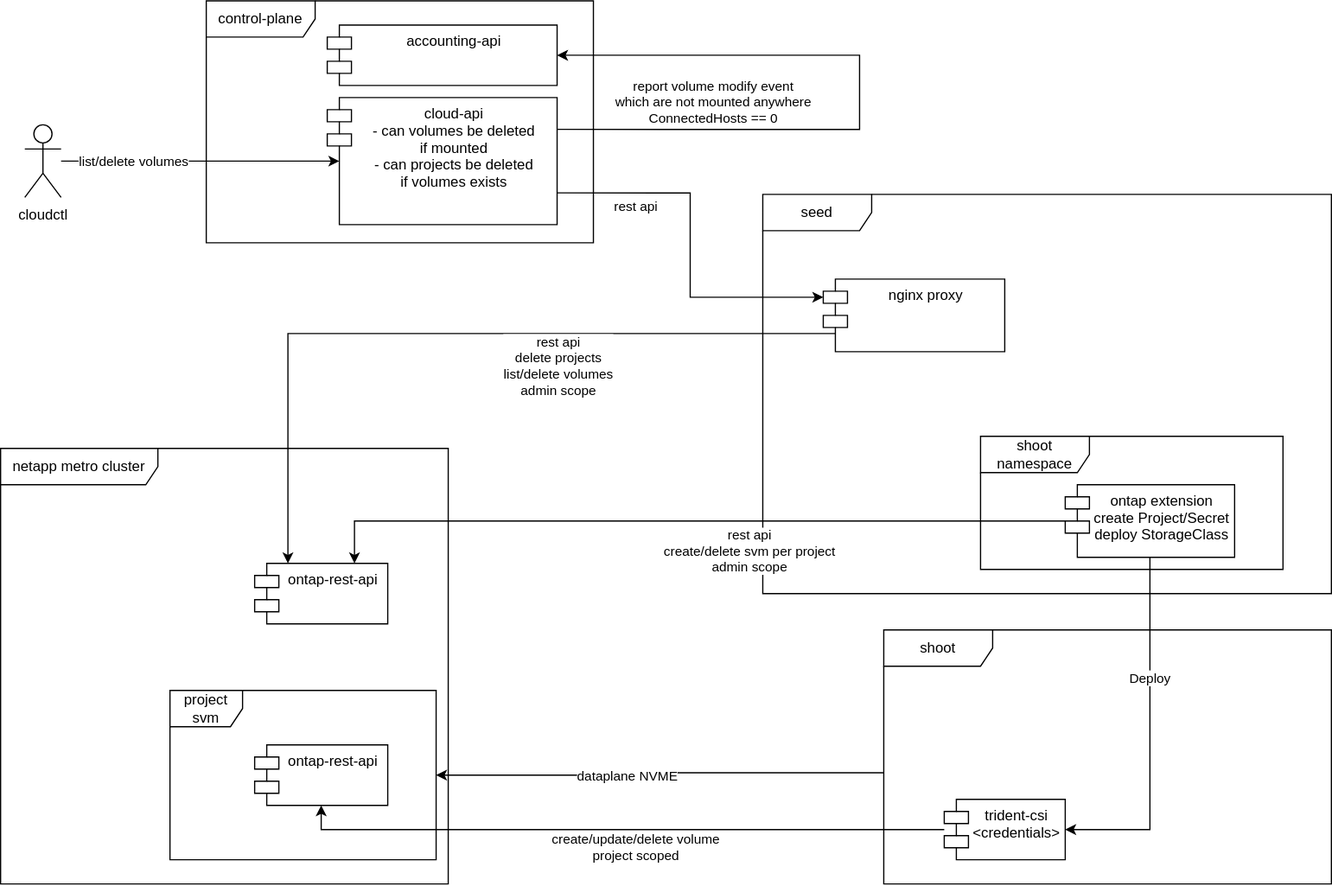
Above: architecture.drawio.svg in metal-stack/gardener-extension-ontap (draw.io), before the change. Source tidied: cells renumbered, new cells last; positions are measured from the earlier drawing's top-left corner, leaving out a move shared by most shapes. Source of this version:
```xml
<mxGraphModel>
  <root>
    <mxCell id="0" />
    <mxCell id="1" parent="0" />
    <mxCell id="2" value="shoot namespace" style="shape=umlFrame;whiteSpace=wrap;html=1;width=90;height=30;" parent="1" vertex="1">
      <mxGeometry x="810" y="360" width="250" height="110" as="geometry" />
    </mxCell>
    <mxCell id="3" value="control-plane" style="shape=umlFrame;whiteSpace=wrap;html=1;width=90;height=30;" parent="1" vertex="1">
      <mxGeometry x="170" width="320" height="200" as="geometry" />
    </mxCell>
    <mxCell id="4" value="seed" style="shape=umlFrame;whiteSpace=wrap;html=1;width=90;height=30;" parent="1" vertex="1">
      <mxGeometry x="630" y="160" width="470" height="330" as="geometry" />
    </mxCell>
    <mxCell id="5" style="edgeStyle=orthogonalEdgeStyle;rounded=0;jettySize=auto;html=1;entryX=0;entryY=0;entryDx=0;entryDy=15;entryPerimeter=0;exitX=1;exitY=0.75;exitDx=0;exitDy=0;" parent="1" edge="1" source="7" target="27">
      <mxGeometry relative="1" as="geometry" />
    </mxCell>
    <mxCell id="6" value="rest api" style="edgeLabel;html=1;align=center;verticalAlign=middle;" parent="5" vertex="1">
      <mxGeometry x="-0.44" y="-2" relative="1" as="geometry">
        <mxPoint x="-20" y="9.2" as="offset" />
      </mxGeometry>
    </mxCell>
    <mxCell id="7" value="cloud-api&#10;- can volumes be deleted &#10;if mounted&#10;- can projects be deleted &#10;if volumes exists" style="shape=module;align=left;spacingLeft=20;align=center;verticalAlign=top;" parent="1" vertex="1">
      <mxGeometry x="270" y="80" width="190" height="105" as="geometry" />
    </mxCell>
    <mxCell id="8" value="accounting-api" style="shape=module;align=left;spacingLeft=20;align=center;verticalAlign=top;" parent="1" vertex="1">
      <mxGeometry x="270" y="20" width="190" height="50" as="geometry" />
    </mxCell>
    <mxCell id="9" style="edgeStyle=orthogonalEdgeStyle;rounded=0;jettySize=auto;html=1;entryX=0;entryY=0.5;entryDx=10;entryDy=0;entryPerimeter=0;" parent="1" edge="1" source="11" target="7">
      <mxGeometry relative="1" as="geometry" />
    </mxCell>
    <mxCell id="10" value="list/delete volumes" style="edgeLabel;html=1;align=center;verticalAlign=middle;" parent="9" vertex="1">
      <mxGeometry x="-0.6" y="1" relative="1" as="geometry">
        <mxPoint x="14" y="1" as="offset" />
      </mxGeometry>
    </mxCell>
    <mxCell id="11" value="cloudctl" style="shape=umlActor;verticalLabelPosition=bottom;verticalAlign=top;html=1;" parent="1" vertex="1">
      <mxGeometry x="20" y="102.5" width="30" height="60" as="geometry" />
    </mxCell>
    <mxCell id="12" value="netapp metro cluster" style="shape=umlFrame;whiteSpace=wrap;html=1;width=130;height=30;" parent="1" vertex="1">
      <mxGeometry y="370" width="370" height="360" as="geometry" />
    </mxCell>
    <mxCell id="13" style="edgeStyle=orthogonalEdgeStyle;rounded=0;jettySize=auto;html=1;entryX=0.75;entryY=0;entryDx=0;entryDy=0;" parent="1" edge="1" source="17" target="29">
      <mxGeometry relative="1" as="geometry" />
    </mxCell>
    <mxCell id="14" value="rest api&lt;br&gt;create/delete svm per project&amp;nbsp;&lt;br&gt;admin scope" style="edgeLabel;html=1;align=center;verticalAlign=middle;" parent="13" vertex="1">
      <mxGeometry x="-0.23" y="3" relative="1" as="geometry">
        <mxPoint x="-23" y="22" as="offset" />
      </mxGeometry>
    </mxCell>
    <mxCell id="15" style="edgeStyle=orthogonalEdgeStyle;rounded=0;jettySize=auto;html=1;entryX=1;entryY=0.5;entryDx=0;entryDy=0;" parent="1" edge="1" source="17" target="23">
      <mxGeometry relative="1" as="geometry" />
    </mxCell>
    <mxCell id="16" value="Deploy" style="edgeLabel;html=1;align=center;verticalAlign=middle;" parent="15" vertex="1">
      <mxGeometry x="-0.65" y="-1" relative="1" as="geometry">
        <mxPoint x="1" y="49" as="offset" />
      </mxGeometry>
    </mxCell>
    <mxCell id="17" value="ontap extension&#10;create Project/Secret&#10;deploy StorageClass" style="shape=module;align=left;spacingLeft=20;align=center;verticalAlign=top;" parent="1" vertex="1">
      <mxGeometry x="880" y="400" width="140" height="60" as="geometry" />
    </mxCell>
    <mxCell id="18" style="edgeStyle=orthogonalEdgeStyle;rounded=0;jettySize=auto;html=1;exitX=0.001;exitY=0.562;exitDx=0;exitDy=0;exitPerimeter=0;" parent="1" edge="1" source="20" target="30">
      <mxGeometry relative="1" as="geometry" />
    </mxCell>
    <mxCell id="19" value="dataplane NVME" style="edgeLabel;html=1;align=center;verticalAlign=middle;" parent="18" vertex="1">
      <mxGeometry x="0.15" y="1" relative="1" as="geometry" />
    </mxCell>
    <mxCell id="20" value="shoot" style="shape=umlFrame;whiteSpace=wrap;html=1;width=90;height=30;" parent="1" vertex="1">
      <mxGeometry x="730" y="520" width="370" height="210" as="geometry" />
    </mxCell>
    <mxCell id="21" style="edgeStyle=orthogonalEdgeStyle;rounded=0;jettySize=auto;html=1;entryX=0.5;entryY=1;entryDx=0;entryDy=0;" parent="1" edge="1" source="23" target="31">
      <mxGeometry relative="1" as="geometry" />
    </mxCell>
    <mxCell id="22" value="create/update/delete volume&lt;br&gt;project scoped" style="edgeLabel;html=1;align=center;verticalAlign=middle;" parent="21" vertex="1">
      <mxGeometry x="0.4" y="2" relative="1" as="geometry">
        <mxPoint x="119" y="13" as="offset" />
      </mxGeometry>
    </mxCell>
    <mxCell id="23" value="trident-csi&#10;&lt;credentials&gt;" style="shape=module;align=left;spacingLeft=20;align=center;verticalAlign=top;" parent="1" vertex="1">
      <mxGeometry x="780" y="660" width="100" height="50" as="geometry" />
    </mxCell>
    <mxCell id="24" style="edgeStyle=orthogonalEdgeStyle;rounded=0;jettySize=auto;html=1;exitX=0;exitY=0.75;exitDx=10;exitDy=0;exitPerimeter=0;entryX=0.25;entryY=0;entryDx=0;entryDy=0;" parent="1" edge="1" source="27" target="29">
      <mxGeometry relative="1" as="geometry" />
    </mxCell>
    <mxCell id="25" style="edgeStyle=orthogonalEdgeStyle;rounded=0;jettySize=auto;html=1;entryX=1;entryY=0.5;entryDx=0;entryDy=0;exitX=1;exitY=0.25;exitDx=0;exitDy=0;" parent="1" edge="1" source="7" target="8">
      <mxGeometry relative="1" as="geometry">
        <Array as="points">
          <mxPoint x="710" y="106" />
          <mxPoint x="710" y="45" />
        </Array>
      </mxGeometry>
    </mxCell>
    <mxCell id="26" value="report volume modify event &lt;br&gt;which are not mounted anywhere&amp;nbsp;&lt;br&gt;ConnectedHosts == 0" style="edgeLabel;html=1;align=center;verticalAlign=middle;" parent="25" vertex="1">
      <mxGeometry x="-0.41" y="84" relative="1" as="geometry">
        <mxPoint x="-36" y="61.5" as="offset" />
      </mxGeometry>
    </mxCell>
    <mxCell id="27" value="nginx proxy&#10;" style="shape=module;align=left;spacingLeft=20;align=center;verticalAlign=top;" parent="1" vertex="1">
      <mxGeometry x="680" y="230" width="150" height="60" as="geometry" />
    </mxCell>
    <mxCell id="28" value="rest api&lt;br&gt;delete projects&lt;br&gt;list/delete volumes&lt;br&gt;admin scope" style="edgeLabel;html=1;align=center;verticalAlign=middle;rotation=0;" parent="1" vertex="1">
      <mxGeometry x="450" y="300" as="geometry">
        <mxPoint x="11" y="2" as="offset" />
      </mxGeometry>
    </mxCell>
    <mxCell id="29" value="ontap-rest-api" style="shape=module;align=left;spacingLeft=20;align=center;verticalAlign=top;" parent="1" vertex="1">
      <mxGeometry x="210" y="465" width="110" height="50" as="geometry" />
    </mxCell>
    <mxCell id="30" value="project&lt;br&gt;svm" style="shape=umlFrame;whiteSpace=wrap;html=1;" parent="1" vertex="1">
      <mxGeometry x="140" y="570" width="220" height="140" as="geometry" />
    </mxCell>
    <mxCell id="31" value="ontap-rest-api" style="shape=module;align=left;spacingLeft=20;align=center;verticalAlign=top;" parent="1" vertex="1">
      <mxGeometry x="210" y="615" width="110" height="50" as="geometry" />
    </mxCell>
  </root>
</mxGraphModel>
```
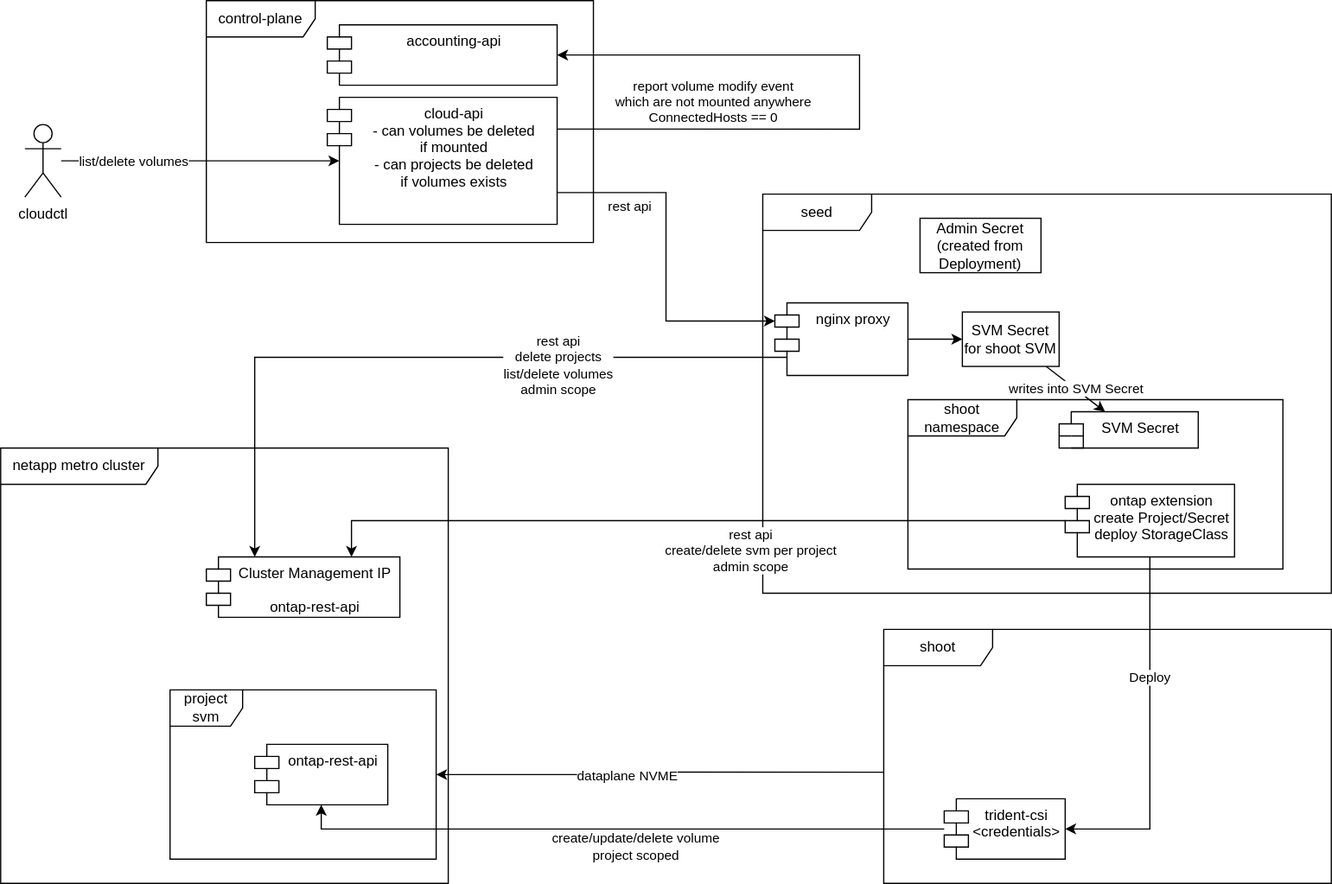
The same file after the commit.

Change to the diagram source:
```diff
@@ -2,15 +2,15 @@
   <root>
     <mxCell id="0" />
     <mxCell id="1" parent="0" />
+    <mxCell id="4" value="seed" style="shape=umlFrame;whiteSpace=wrap;html=1;width=90;height=30;" parent="1" vertex="1">
+      <mxGeometry x="630" y="160" width="470" height="330" as="geometry" />
+    </mxCell>
     <mxCell id="2" value="shoot namespace" style="shape=umlFrame;whiteSpace=wrap;html=1;width=90;height=30;" parent="1" vertex="1">
-      <mxGeometry x="810" y="360" width="250" height="110" as="geometry" />
+      <mxGeometry x="750" y="330" width="310" height="140" as="geometry" />
     </mxCell>
     <mxCell id="3" value="control-plane" style="shape=umlFrame;whiteSpace=wrap;html=1;width=90;height=30;" parent="1" vertex="1">
       <mxGeometry x="170" width="320" height="200" as="geometry" />
     </mxCell>
-    <mxCell id="4" value="seed" style="shape=umlFrame;whiteSpace=wrap;html=1;width=90;height=30;" parent="1" vertex="1">
-      <mxGeometry x="630" y="160" width="470" height="330" as="geometry" />
-    </mxCell>
     <mxCell id="5" style="edgeStyle=orthogonalEdgeStyle;rounded=0;jettySize=auto;html=1;entryX=0;entryY=0;entryDx=0;entryDy=15;entryPerimeter=0;exitX=1;exitY=0.75;exitDx=0;exitDy=0;" parent="1" edge="1" source="7" target="27">
       <mxGeometry relative="1" as="geometry" />
     </mxCell>
@@ -94,16 +94,19 @@
         <mxPoint x="-36" y="61.5" as="offset" />
       </mxGeometry>
     </mxCell>
+    <mxCell id="32" style="edgeStyle=none;html=1;entryX=0;entryY=0.5;entryDx=0;entryDy=0;" parent="1" edge="1" source="27" target="35">
+      <mxGeometry relative="1" as="geometry" />
+    </mxCell>
     <mxCell id="27" value="nginx proxy&#10;" style="shape=module;align=left;spacingLeft=20;align=center;verticalAlign=top;" parent="1" vertex="1">
-      <mxGeometry x="680" y="230" width="150" height="60" as="geometry" />
+      <mxGeometry x="640" y="250" width="110" height="60" as="geometry" />
     </mxCell>
     <mxCell id="28" value="rest api&lt;br&gt;delete projects&lt;br&gt;list/delete volumes&lt;br&gt;admin scope" style="edgeLabel;html=1;align=center;verticalAlign=middle;rotation=0;" parent="1" vertex="1">
       <mxGeometry x="450" y="300" as="geometry">
         <mxPoint x="11" y="2" as="offset" />
       </mxGeometry>
     </mxCell>
-    <mxCell id="29" value="ontap-rest-api" style="shape=module;align=left;spacingLeft=20;align=center;verticalAlign=top;" parent="1" vertex="1">
-      <mxGeometry x="210" y="465" width="110" height="50" as="geometry" />
+    <mxCell id="29" value="Cluster Management IP&#10;&#10;ontap-rest-api" style="shape=module;align=left;spacingLeft=20;align=center;verticalAlign=top;" parent="1" vertex="1">
+      <mxGeometry x="170" y="460" width="160" height="50" as="geometry" />
     </mxCell>
     <mxCell id="30" value="project&lt;br&gt;svm" style="shape=umlFrame;whiteSpace=wrap;html=1;" parent="1" vertex="1">
       <mxGeometry x="140" y="570" width="220" height="140" as="geometry" />
@@ -111,5 +114,17 @@
     <mxCell id="31" value="ontap-rest-api" style="shape=module;align=left;spacingLeft=20;align=center;verticalAlign=top;" parent="1" vertex="1">
       <mxGeometry x="210" y="615" width="110" height="50" as="geometry" />
     </mxCell>
+    <mxCell id="33" value="SVM Secret" style="shape=module;align=left;spacingLeft=20;align=center;verticalAlign=top;" parent="1" vertex="1">
+      <mxGeometry x="875" y="340" width="115" height="30" as="geometry" />
+    </mxCell>
+    <mxCell id="34" value="writes into SVM Secret" style="edgeStyle=none;html=1;" parent="1" edge="1" source="35" target="33">
+      <mxGeometry relative="1" as="geometry" />
+    </mxCell>
+    <mxCell id="35" value="SVM Secret&lt;br&gt;for shoot SVM" style="rounded=0;whiteSpace=wrap;html=1;" parent="1" vertex="1">
+      <mxGeometry x="795" y="257.5" width="80" height="45" as="geometry" />
+    </mxCell>
+    <mxCell id="36" value="Admin Secret (created from Deployment)" style="rounded=0;whiteSpace=wrap;html=1;" parent="1" vertex="1">
+      <mxGeometry x="760" y="180" width="100" height="45" as="geometry" />
+    </mxCell>
   </root>
 </mxGraphModel>
```
